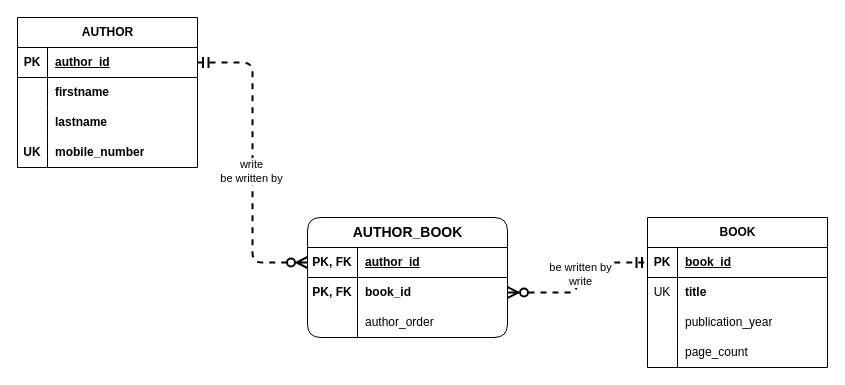
Above: page "P0304b" (2 of 2) of relational-database-design/c3/P0304.drawio in qichendev/assignments (draw.io), before the change. Source tidied: cells renumbered, new cells numbered last; positions are measured from the earlier drawing's top-left corner, leaving out a move shared by most shapes. Both pictures are drawn from the tidied source at 100%, with x=0, y=0 at pixel (17, 17).
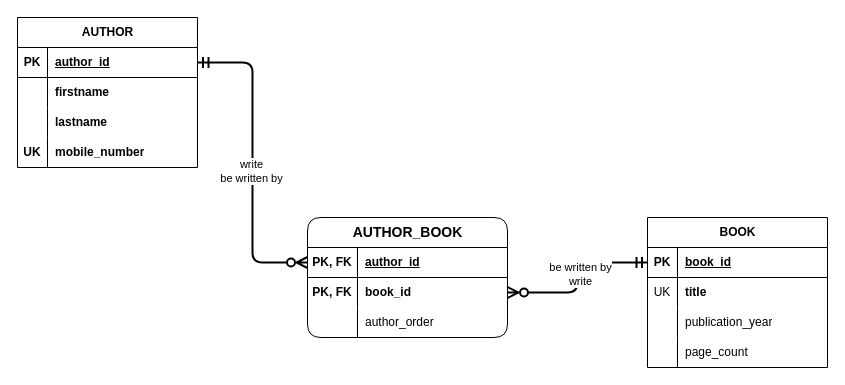
After the change.

The change refers to these unchanged cells:
```xml
<mxCell id="3" style="shape=tableRow;horizontal=0;startSize=0;swimlaneHead=0;swimlaneBody=0;fillColor=none;points=[[0,0.5],[1,0.5]];portConstraint=eastwest;top=0;left=0;right=0;bottom=1;" parent="2" vertex="1">
  <mxGeometry y="30" width="180" height="30" as="geometry" />
</mxCell>
<mxCell id="16" style="shape=tableRow;horizontal=0;startSize=0;swimlaneHead=0;swimlaneBody=0;fillColor=none;points=[[0,0.5],[1,0.5]];portConstraint=eastwest;top=0;left=0;right=0;bottom=1;" parent="15" vertex="1">
  <mxGeometry y="30" width="180" height="30" as="geometry" />
</mxCell>
<mxCell id="29" style="shape=tableRow;horizontal=0;startSize=0;swimlaneHead=0;swimlaneBody=0;fillColor=none;points=[[0,0.5],[1,0.5]];portConstraint=eastwest;top=0;left=0;right=0;bottom=1;" parent="28" vertex="1">
  <mxGeometry y="30" width="200" height="30" as="geometry" />
</mxCell>
<mxCell id="32" style="shape=tableRow;horizontal=0;startSize=0;swimlaneHead=0;swimlaneBody=0;fillColor=none;points=[[0,0.5],[1,0.5]];portConstraint=eastwest;top=0;left=0;right=0;bottom=0;" parent="28" vertex="1">
  <mxGeometry y="60" width="200" height="30" as="geometry" />
</mxCell>
```

What changed in the source:
```diff
@@
-    <mxCell id="38" style="edgeStyle=elbowEdgeStyle;fontSize=12;html=1;endArrow=ERzeroToMany;startArrow=ERmandOne;rounded=1;endSize=8;startSize=8;strokeWidth=2;dashed=1;jumpStyle=none;curved=0;startFill=0;endFill=0;exitX=1;exitY=0.5;exitDx=0;exitDy=0;entryX=0;entryY=0.5;entryDx=0;entryDy=0;" parent="1" edge="1" source="3" target="29">
+    <mxCell id="38" style="edgeStyle=elbowEdgeStyle;fontSize=12;html=1;endArrow=ERzeroToMany;startArrow=ERmandOne;rounded=1;endSize=8;startSize=8;strokeWidth=2;jumpStyle=none;curved=0;startFill=0;endFill=0;exitX=1;exitY=0.5;exitDx=0;exitDy=0;entryX=0;entryY=0.5;entryDx=0;entryDy=0;" parent="1" edge="1" source="3" target="29">
       <mxGeometry relative="1" as="geometry" />
     </mxCell>
@@
-    <mxCell id="40" style="edgeStyle=elbowEdgeStyle;fontSize=12;html=1;endArrow=ERmandOne;startArrow=ERzeroToMany;rounded=1;endSize=8;startSize=8;strokeWidth=2;dashed=1;jumpStyle=none;curved=0;startFill=0;endFill=0;exitX=1;exitY=0.5;exitDx=0;exitDy=0;entryX=0;entryY=0.5;entryDx=0;entryDy=0;" parent="1" edge="1" source="32" target="16">
+    <mxCell id="40" style="edgeStyle=elbowEdgeStyle;fontSize=12;html=1;endArrow=ERmandOne;startArrow=ERzeroToMany;rounded=1;endSize=8;startSize=8;strokeWidth=2;jumpStyle=none;curved=0;startFill=0;endFill=0;exitX=1;exitY=0.5;exitDx=0;exitDy=0;entryX=0;entryY=0.5;entryDx=0;entryDy=0;" parent="1" edge="1" source="32" target="16">
       <mxGeometry relative="1" as="geometry" />
     </mxCell>
```
